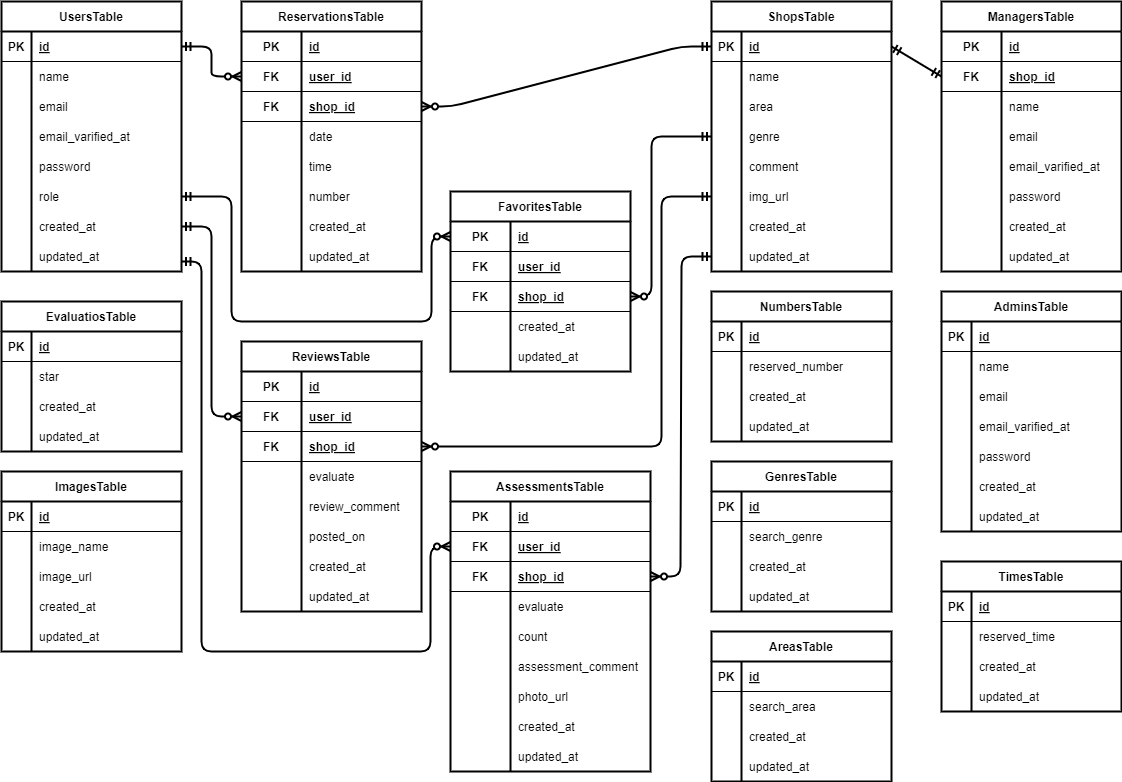
Above: rese.drawio.png in basstuba/rese (draw.io), before the change. Source tidied: cells renumbered, new cells last; positions are measured from the earlier drawing's top-left corner, leaving out a move shared by most shapes.
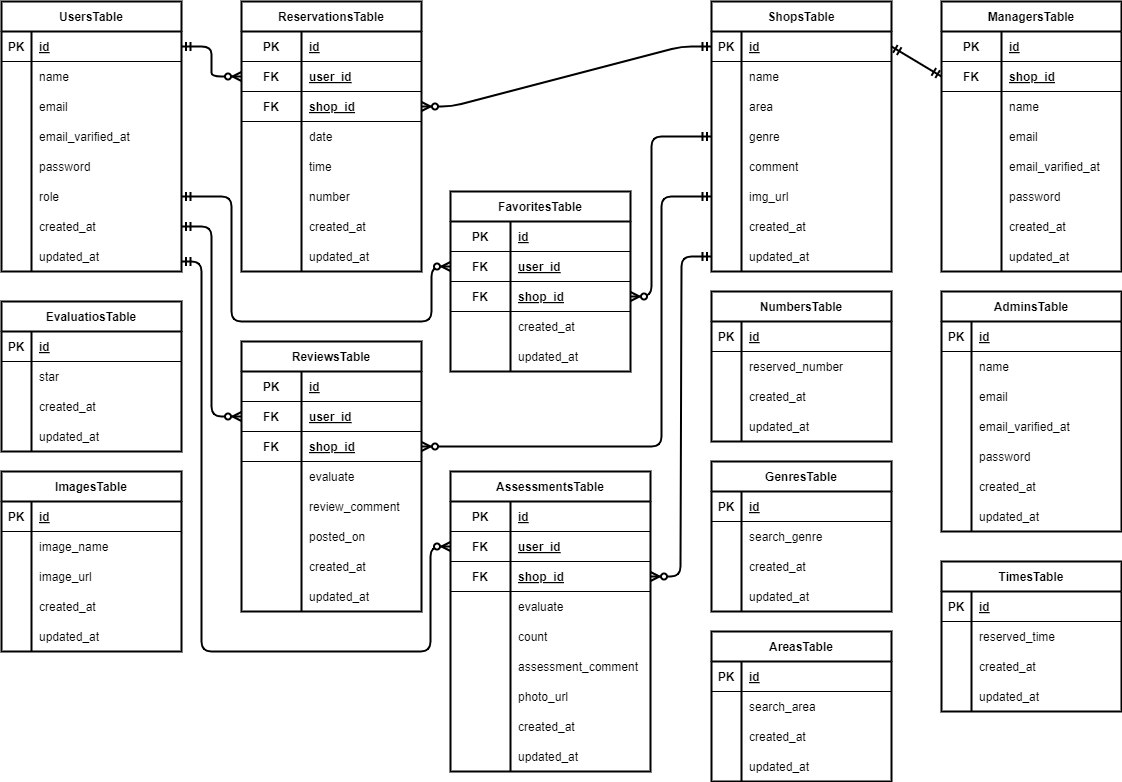
Above is the later version.

Commit message:
READMEの画像差し替え

What changed in the source:
```diff
@@ -434,13 +434,13 @@
     <mxCell id="145" style="edgeStyle=entityRelationEdgeStyle;fontSize=12;html=1;endArrow=ERzeroToMany;startArrow=ERmandOne;fontFamily=Helvetica;fontColor=default;startSize=6;entryX=0;entryY=0.5;entryDx=0;entryDy=0;strokeWidth=2;exitX=1;exitY=0.5;exitDx=0;exitDy=0;" parent="1" edge="1" source="53" target="31">
       <mxGeometry relative="1" as="geometry" />
     </mxCell>
-    <mxCell id="146" style="fontSize=12;html=1;endArrow=ERzeroToMany;startArrow=ERmandOne;fontFamily=Helvetica;fontColor=default;startSize=6;fontStyle=0;startFill=0;strokeWidth=2;edgeStyle=orthogonalEdgeStyle;exitX=1;exitY=0.5;exitDx=0;exitDy=0;elbow=vertical;entryX=0;entryY=0.5;entryDx=0;entryDy=0;" parent="1" edge="1" source="68" target="78">
+    <mxCell id="146" style="fontSize=12;html=1;endArrow=ERzeroToMany;startArrow=ERmandOne;fontFamily=Helvetica;fontColor=default;startSize=6;fontStyle=0;startFill=0;strokeWidth=2;edgeStyle=orthogonalEdgeStyle;exitX=1;exitY=0.5;exitDx=0;exitDy=0;elbow=vertical;entryX=0;entryY=0.5;entryDx=0;entryDy=0;" parent="1" edge="1" source="68" target="81">
       <mxGeometry relative="1" as="geometry">
         <Array as="points">
           <mxPoint x="230" y="195" />
           <mxPoint x="230" y="320" />
           <mxPoint x="430" y="320" />
-          <mxPoint x="430" y="235" />
+          <mxPoint x="430" y="265" />
         </Array>
       </mxGeometry>
     </mxCell>
```
